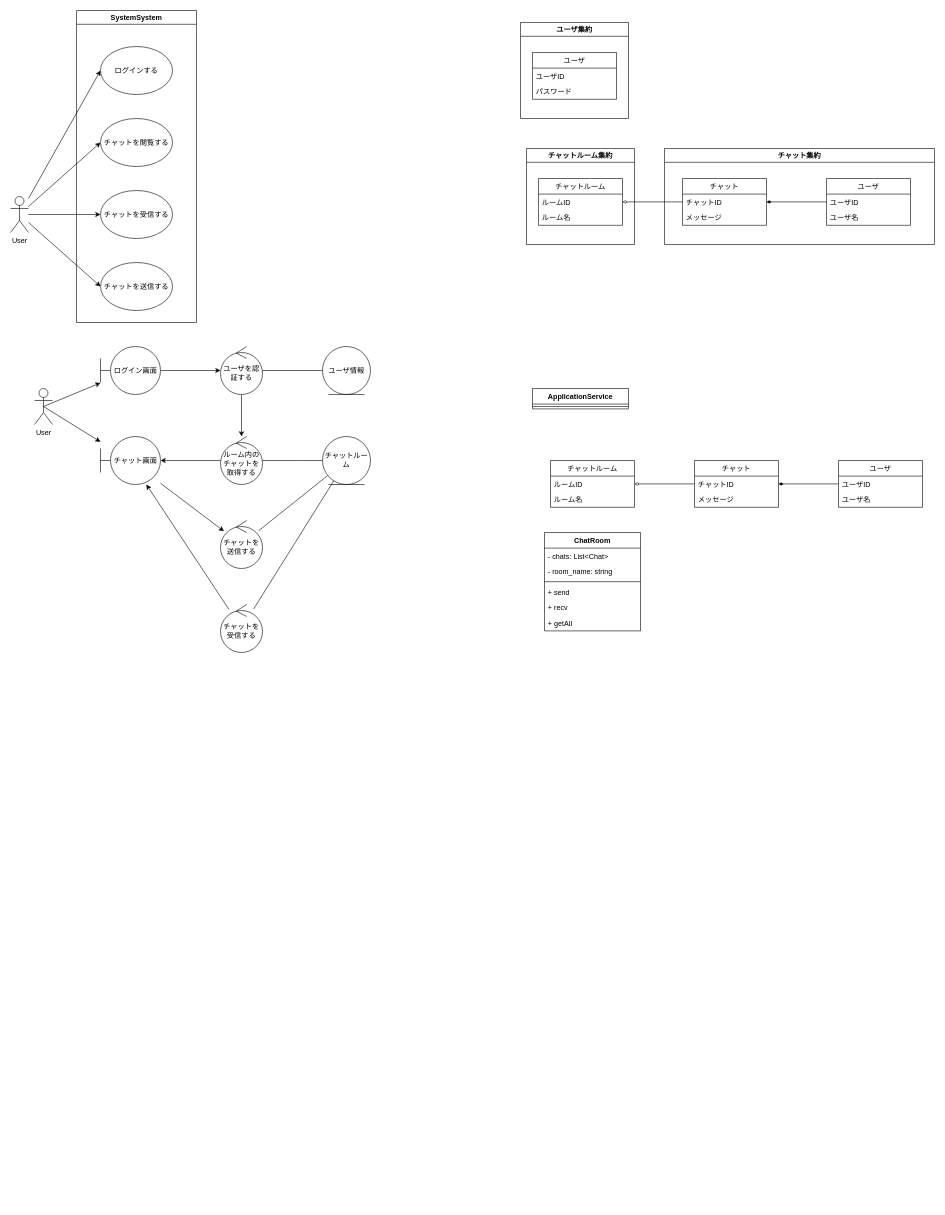
iwase22334/simplechat keeps this draw.io diagram as docs/usecase.drawio. Above is the earlier version. Source tidied: cells renumbered, new cells numbered last; positions are measured from the earlier drawing's top-left corner, leaving out a move shared by most shapes. Both pictures are drawn from the tidied source at 60%, with x=0, y=0 at pixel (10, 10).
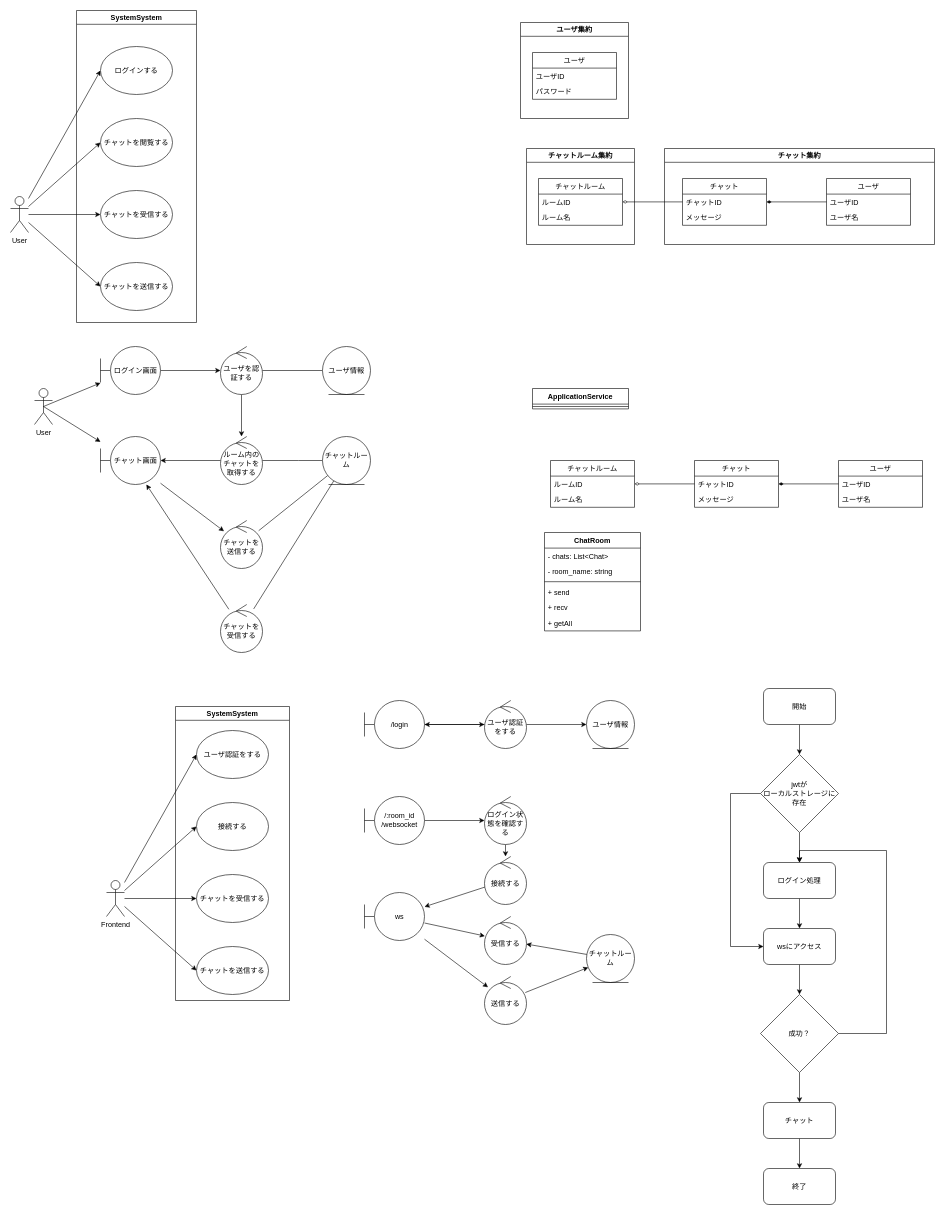
The same diagram, later.

The edit, as a diff of the source:
```diff
@@
+    <mxCell id="69" style="edgeStyle=none;rounded=0;jettySize=auto;html=1;entryX=0;entryY=0.5;entryDx=0;entryDy=0;" parent="1" edge="1" source="72" target="74">
+      <mxGeometry relative="1" as="geometry" />
+    </mxCell>
+    <mxCell id="70" style="edgeStyle=none;rounded=0;jettySize=auto;html=1;entryX=0;entryY=0.5;entryDx=0;entryDy=0;" parent="1" edge="1" source="72" target="77">
+      <mxGeometry relative="1" as="geometry" />
+    </mxCell>
+    <mxCell id="71" style="rounded=0;jettySize=auto;html=1;entryX=0;entryY=0.5;entryDx=0;entryDy=0;" parent="1" edge="1" source="72" target="78">
+      <mxGeometry relative="1" as="geometry" />
+    </mxCell>
+    <mxCell id="72" value="Frontend" style="shape=umlActor;verticalLabelPosition=bottom;verticalAlign=top;html=1;outlineConnect=0;" parent="1" vertex="1">
+      <mxGeometry x="160" y="1450" width="30" height="60" as="geometry" />
+    </mxCell>
+    <mxCell id="73" value="チャットを送信する" style="ellipse;whiteSpace=wrap;html=1;" parent="1" vertex="1">
+      <mxGeometry x="310" y="1560" width="120" height="80" as="geometry" />
+    </mxCell>
+    <mxCell id="74" value="チャットを受信する" style="ellipse;whiteSpace=wrap;html=1;" parent="1" vertex="1">
+      <mxGeometry x="310" y="1440" width="120" height="80" as="geometry" />
+    </mxCell>
+    <mxCell id="75" style="edgeStyle=none;rounded=0;jettySize=auto;html=1;entryX=0;entryY=0.5;entryDx=0;entryDy=0;" parent="1" edge="1" source="72" target="73">
+      <mxGeometry relative="1" as="geometry" />
+    </mxCell>
+    <mxCell id="76" value="SystemSystem" style="swimlane;" parent="1" vertex="1">
+      <mxGeometry x="275" y="1160" width="190" height="490" as="geometry" />
+    </mxCell>
+    <mxCell id="77" value="ユーザ認証をする" style="ellipse;whiteSpace=wrap;html=1;" parent="76" vertex="1">
+      <mxGeometry x="35" y="40" width="120" height="80" as="geometry" />
+    </mxCell>
+    <mxCell id="78" value="接続する" style="ellipse;whiteSpace=wrap;html=1;" parent="76" vertex="1">
+      <mxGeometry x="35" y="160" width="120" height="80" as="geometry" />
+    </mxCell>
+    <mxCell id="79" style="edgeStyle=orthogonalEdgeStyle;rounded=0;jettySize=auto;html=1;" parent="1" edge="1" source="80" target="83">
+      <mxGeometry relative="1" as="geometry" />
+    </mxCell>
+    <mxCell id="80" value="/login" style="shape=umlBoundary;whiteSpace=wrap;html=1;" parent="1" vertex="1">
+      <mxGeometry x="590" y="1150" width="100" height="80" as="geometry" />
+    </mxCell>
+    <mxCell id="81" style="edgeStyle=orthogonalEdgeStyle;rounded=0;jettySize=auto;html=1;" parent="1" edge="1" source="83" target="84">
+      <mxGeometry relative="1" as="geometry" />
+    </mxCell>
+    <mxCell id="82" style="edgeStyle=orthogonalEdgeStyle;rounded=0;jettySize=auto;html=1;" parent="1" edge="1" source="83" target="80">
+      <mxGeometry relative="1" as="geometry" />
+    </mxCell>
+    <mxCell id="83" value="ユーザ認証をする" style="ellipse;shape=umlControl;whiteSpace=wrap;html=1;" parent="1" vertex="1">
+      <mxGeometry x="790" y="1150" width="70" height="80" as="geometry" />
+    </mxCell>
+    <mxCell id="84" value="ユーザ情報" style="ellipse;shape=umlEntity;whiteSpace=wrap;html=1;" parent="1" vertex="1">
+      <mxGeometry x="960" y="1150" width="80" height="80" as="geometry" />
+    </mxCell>
+    <mxCell id="85" style="edgeStyle=none;rounded=0;jettySize=auto;html=1;" parent="1" edge="1" source="86" target="96">
+      <mxGeometry relative="1" as="geometry" />
+    </mxCell>
+    <mxCell id="86" value="チャットルーム" style="ellipse;shape=umlEntity;whiteSpace=wrap;html=1;" parent="1" vertex="1">
+      <mxGeometry x="960" y="1540" width="80" height="80" as="geometry" />
+    </mxCell>
+    <mxCell id="87" style="edgeStyle=none;rounded=0;jettySize=auto;html=1;" parent="1" edge="1" source="88" target="90">
+      <mxGeometry relative="1" as="geometry" />
+    </mxCell>
+    <mxCell id="88" value="/:room_id&lt;br&gt;/websocket" style="shape=umlBoundary;whiteSpace=wrap;html=1;" parent="1" vertex="1">
+      <mxGeometry x="590" y="1310" width="100" height="80" as="geometry" />
+    </mxCell>
+    <mxCell id="89" style="edgeStyle=none;rounded=0;jettySize=auto;html=1;" parent="1" edge="1" source="90" target="95">
+      <mxGeometry relative="1" as="geometry" />
+    </mxCell>
+    <mxCell id="90" value="ログイン状態を確認する" style="ellipse;shape=umlControl;whiteSpace=wrap;html=1;" parent="1" vertex="1">
+      <mxGeometry x="790" y="1310" width="70" height="80" as="geometry" />
+    </mxCell>
+    <mxCell id="91" style="edgeStyle=none;rounded=0;jettySize=auto;html=1;" parent="1" edge="1" source="93" target="96">
+      <mxGeometry relative="1" as="geometry" />
+    </mxCell>
+    <mxCell id="92" style="edgeStyle=none;rounded=0;jettySize=auto;html=1;" parent="1" edge="1" source="93" target="98">
+      <mxGeometry relative="1" as="geometry" />
+    </mxCell>
+    <mxCell id="93" value="ws" style="shape=umlBoundary;whiteSpace=wrap;html=1;" parent="1" vertex="1">
+      <mxGeometry x="590" y="1470" width="100" height="80" as="geometry" />
+    </mxCell>
+    <mxCell id="94" style="edgeStyle=none;rounded=0;jettySize=auto;html=1;" parent="1" edge="1" source="95" target="93">
+      <mxGeometry relative="1" as="geometry" />
+    </mxCell>
+    <mxCell id="95" value="接続する" style="ellipse;shape=umlControl;whiteSpace=wrap;html=1;" parent="1" vertex="1">
+      <mxGeometry x="790" y="1410" width="70" height="80" as="geometry" />
+    </mxCell>
+    <mxCell id="96" value="受信する" style="ellipse;shape=umlControl;whiteSpace=wrap;html=1;" parent="1" vertex="1">
+      <mxGeometry x="790" y="1510" width="70" height="80" as="geometry" />
+    </mxCell>
+    <mxCell id="97" style="edgeStyle=none;rounded=0;jettySize=auto;html=1;" parent="1" edge="1" source="98" target="86">
+      <mxGeometry relative="1" as="geometry" />
+    </mxCell>
+    <mxCell id="98" value="送信する" style="ellipse;shape=umlControl;whiteSpace=wrap;html=1;" parent="1" vertex="1">
+      <mxGeometry x="790" y="1610" width="70" height="80" as="geometry" />
+    </mxCell>
+    <mxCell id="99" style="edgeStyle=none;rounded=0;jettySize=auto;html=1;" parent="1" edge="1" source="100" target="103">
+      <mxGeometry relative="1" as="geometry" />
+    </mxCell>
+    <mxCell id="100" value="開始" style="rounded=1;whiteSpace=wrap;html=1;" parent="1" vertex="1">
+      <mxGeometry x="1255" y="1130" width="120" height="60" as="geometry" />
+    </mxCell>
+    <mxCell id="101" style="edgeStyle=orthogonalEdgeStyle;rounded=0;jettySize=auto;html=1;entryX=0.5;entryY=0;entryDx=0;entryDy=0;" parent="1" edge="1" source="103" target="105">
+      <mxGeometry relative="1" as="geometry" />
+    </mxCell>
+    <mxCell id="102" style="edgeStyle=orthogonalEdgeStyle;rounded=0;jettySize=auto;html=1;" parent="1" edge="1" source="103" target="107">
+      <mxGeometry relative="1" as="geometry">
+        <Array as="points">
+          <mxPoint x="1200" y="1305" />
+          <mxPoint x="1200" y="1560" />
+        </Array>
+      </mxGeometry>
+    </mxCell>
+    <mxCell id="103" value="jwtが&lt;br&gt;ローカルストレージに存在" style="rhombus;whiteSpace=wrap;html=1;" parent="1" vertex="1">
+      <mxGeometry x="1250" y="1240" width="130" height="130" as="geometry" />
+    </mxCell>
+    <mxCell id="104" style="edgeStyle=orthogonalEdgeStyle;rounded=0;jettySize=auto;html=1;" parent="1" edge="1" source="105" target="107">
+      <mxGeometry relative="1" as="geometry" />
+    </mxCell>
+    <mxCell id="105" value="ログイン処理" style="rounded=1;whiteSpace=wrap;html=1;" parent="1" vertex="1">
+      <mxGeometry x="1255" y="1420" width="120" height="60" as="geometry" />
+    </mxCell>
+    <mxCell id="106" style="edgeStyle=orthogonalEdgeStyle;rounded=0;jettySize=auto;html=1;" parent="1" edge="1" source="107" target="110">
+      <mxGeometry relative="1" as="geometry" />
+    </mxCell>
+    <mxCell id="107" value="wsにアクセス" style="rounded=1;whiteSpace=wrap;html=1;" parent="1" vertex="1">
+      <mxGeometry x="1255" y="1530" width="120" height="60" as="geometry" />
+    </mxCell>
+    <mxCell id="108" style="edgeStyle=orthogonalEdgeStyle;rounded=0;jettySize=auto;html=1;entryX=0.5;entryY=0;entryDx=0;entryDy=0;" parent="1" edge="1" source="110" target="105">
+      <mxGeometry relative="1" as="geometry">
+        <Array as="points">
+          <mxPoint x="1460" y="1705" />
+          <mxPoint x="1460" y="1400" />
+          <mxPoint x="1315" y="1400" />
+        </Array>
+      </mxGeometry>
+    </mxCell>
+    <mxCell id="109" style="edgeStyle=orthogonalEdgeStyle;rounded=0;jettySize=auto;html=1;" parent="1" edge="1" source="110" target="112">
+      <mxGeometry relative="1" as="geometry" />
+    </mxCell>
+    <mxCell id="110" value="成功？" style="rhombus;whiteSpace=wrap;html=1;" parent="1" vertex="1">
+      <mxGeometry x="1250" y="1640" width="130" height="130" as="geometry" />
+    </mxCell>
+    <mxCell id="111" style="edgeStyle=orthogonalEdgeStyle;rounded=0;jettySize=auto;html=1;" parent="1" edge="1" source="112" target="113">
+      <mxGeometry relative="1" as="geometry" />
+    </mxCell>
+    <mxCell id="112" value="チャット" style="rounded=1;whiteSpace=wrap;html=1;" parent="1" vertex="1">
+      <mxGeometry x="1255" y="1820" width="120" height="60" as="geometry" />
+    </mxCell>
+    <mxCell id="113" value="終了" style="rounded=1;whiteSpace=wrap;html=1;" parent="1" vertex="1">
+      <mxGeometry x="1255" y="1930" width="120" height="60" as="geometry" />
+    </mxCell>
```
